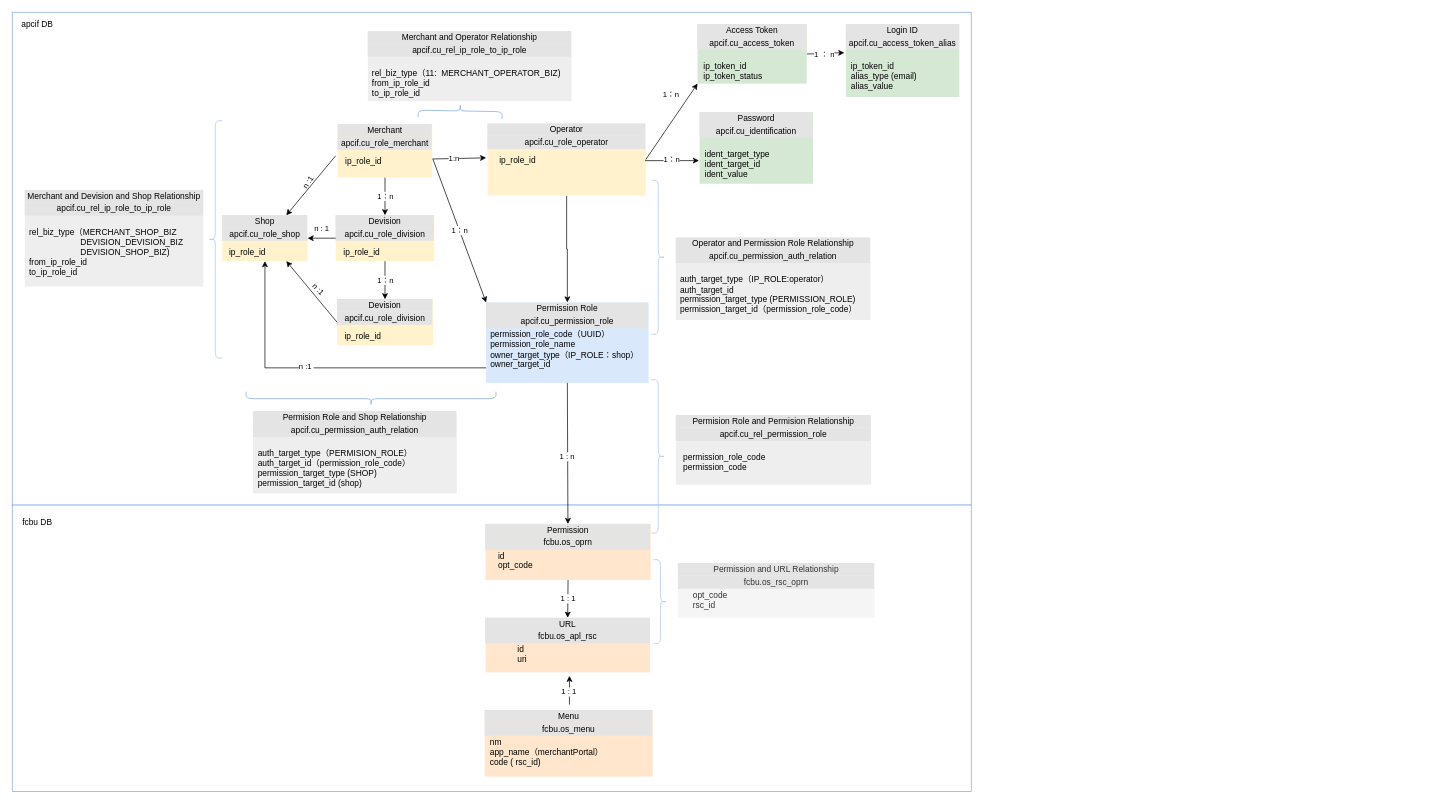
Above: page "模型" (3 of 5) of Merchant portal.drawio in renqiuming/drawio (draw.io), before the change. Source tidied: cells renumbered, new cells numbered last; positions are measured from the earlier drawing's top-left corner, leaving out a move shared by most shapes. Both pictures are drawn from the tidied source at 70%, with x=0, y=0 at pixel (12, 12).
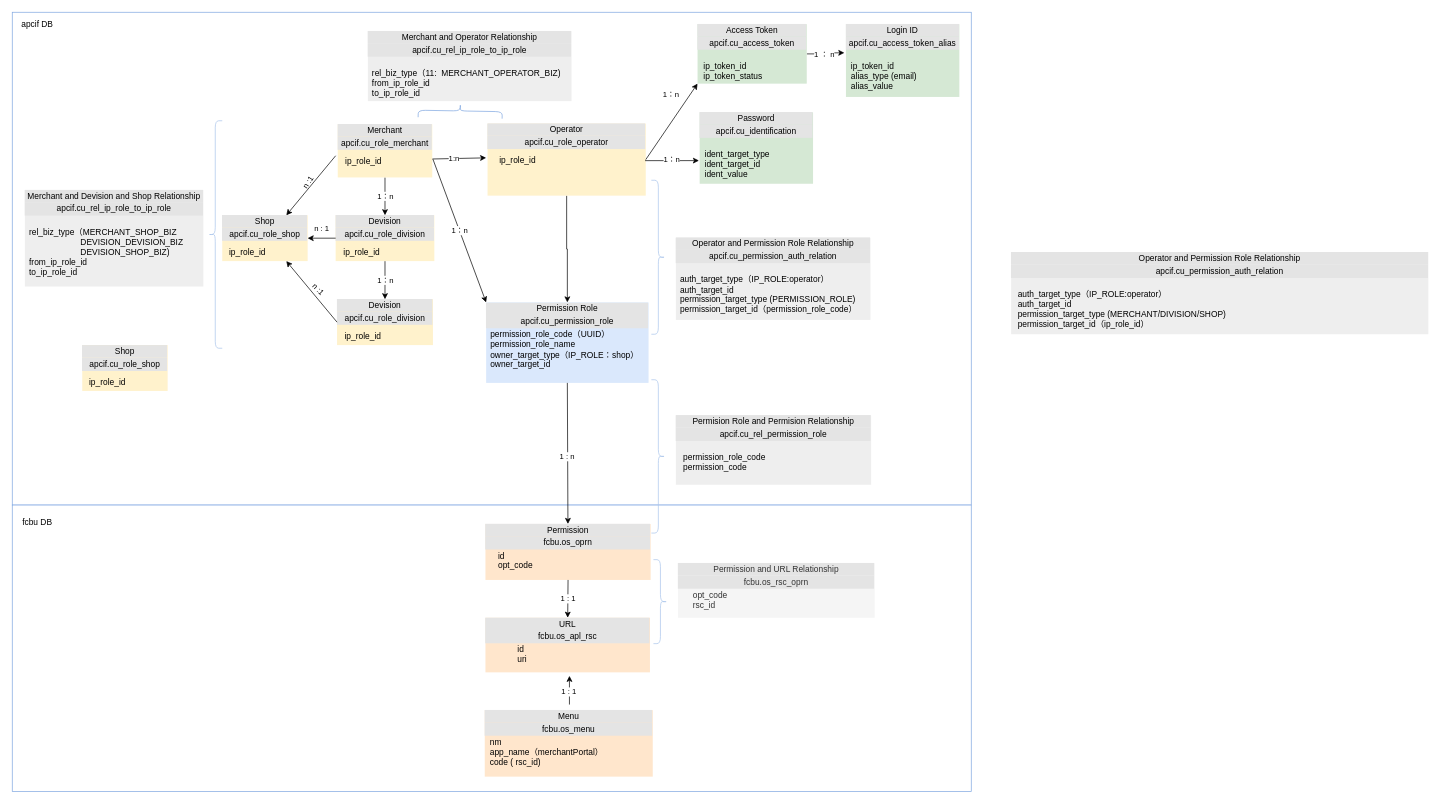
The same page after the edit.

The change refers to these unchanged cells:
```xml
<mxCell id="16" value="&lt;div style=&quot;box-sizing: border-box ; width: 100% ; background: #e4e4e4 ; padding: 2px&quot;&gt;Shop&lt;/div&gt;&lt;div style=&quot;box-sizing: border-box ; width: 100% ; background: #e4e4e4 ; padding: 2px&quot;&gt;apcif.cu_role_shop&lt;/div&gt;&lt;table style=&quot;width: 100% ; font-size: 1em&quot; cellpadding=&quot;2&quot; cellspacing=&quot;0&quot;&gt;&lt;tbody&gt;&lt;tr&gt;&lt;td&gt;&lt;br&gt;&lt;br&gt;&lt;/td&gt;&lt;td style=&quot;text-align: left&quot;&gt;ip_role_id&lt;/td&gt;&lt;/tr&gt;&lt;tr&gt;&lt;td style=&quot;text-align: left&quot;&gt;&lt;br&gt;&lt;/td&gt;&lt;td style=&quot;text-align: left&quot;&gt;&lt;br&gt;&lt;/td&gt;&lt;/tr&gt;&lt;tr&gt;&lt;td&gt;&lt;/td&gt;&lt;td&gt;&lt;br&gt;&lt;/td&gt;&lt;/tr&gt;&lt;/tbody&gt;&lt;/table&gt;" style="verticalAlign=top;align=center;overflow=fill;html=1;fillColor=#fff2cc;strokeColor=none;" parent="1" vertex="1">
  <mxGeometry x="300" y="290" width="122" height="65.5" as="geometry" />
</mxCell>
<mxCell id="21" value="&lt;div style=&quot;box-sizing: border-box ; width: 100% ; background: #e4e4e4 ; padding: 2px&quot;&gt;Permission Role&lt;/div&gt;&lt;div style=&quot;box-sizing: border-box ; width: 100% ; background: #e4e4e4 ; padding: 2px&quot;&gt;apcif.cu_permission_role&lt;/div&gt;&lt;table style=&quot;width: 100% ; font-size: 1em&quot; cellpadding=&quot;2&quot; cellspacing=&quot;0&quot;&gt;&lt;tbody&gt;&lt;tr&gt;&lt;td&gt;&lt;br&gt;&lt;br&gt;&lt;/td&gt;&lt;td style=&quot;text-align: left&quot;&gt;permission_role_code（UUID）&lt;br&gt;permission_role_name&lt;br&gt;owner_target_type（IP_ROLE：shop）&lt;br&gt;owner_target_id&lt;br&gt;&lt;/td&gt;&lt;/tr&gt;&lt;tr&gt;&lt;td style=&quot;text-align: left&quot;&gt;&lt;br&gt;&lt;/td&gt;&lt;td style=&quot;text-align: left&quot;&gt;&lt;br&gt;&lt;/td&gt;&lt;/tr&gt;&lt;tr&gt;&lt;td&gt;&lt;/td&gt;&lt;td&gt;&lt;br&gt;&lt;/td&gt;&lt;/tr&gt;&lt;/tbody&gt;&lt;/table&gt;" style="verticalAlign=top;align=center;overflow=fill;html=1;fillColor=#dae8fc;strokeColor=none;" parent="1" vertex="1">
  <mxGeometry x="677" y="414.5" width="232" height="115" as="geometry" />
</mxCell>
```

Diff of the diagram source:
```diff
@@
-    <mxCell id="20" value="n :1&amp;nbsp;" style="edgeStyle=none;rounded=0;jettySize=auto;html=1;exitX=0.003;exitY=0.813;exitDx=0;exitDy=0;exitPerimeter=0;entryX=0.5;entryY=1;entryDx=0;entryDy=0;" parent="1" edge="1" source="21" target="16">
-      <mxGeometry x="0.1" y="-2" relative="1" as="geometry">
-        <Array as="points">
-          <mxPoint x="361" y="508" />
-        </Array>
-      </mxGeometry>
-    </mxCell>
@@
     <mxCell id="24" style="shape=curlyBracket;whiteSpace=wrap;html=1;rounded=1;strokeColor=#A9C4EB;" parent="1" vertex="1">
-      <mxGeometry x="280" y="155" width="20" height="339" as="geometry" />
+      <mxGeometry x="280" y="155" width="20" height="325" as="geometry" />
     </mxCell>
@@
-    <mxCell id="33" value="&lt;div style=&quot;box-sizing: border-box ; width: 100% ; background: #e4e4e4 ; padding: 2px&quot;&gt;Permision Role and Shop Relationship&lt;/div&gt;&lt;div style=&quot;box-sizing: border-box ; width: 100% ; background: #e4e4e4 ; padding: 2px&quot;&gt;apcif.cu_permission_auth_relation&lt;/div&gt;&lt;table style=&quot;width: 100% ; font-size: 1em&quot; cellpadding=&quot;2&quot; cellspacing=&quot;0&quot;&gt;&lt;tbody&gt;&lt;tr&gt;&lt;td&gt;&lt;br&gt;&lt;br&gt;&lt;/td&gt;&lt;td style=&quot;text-align: left&quot;&gt;&lt;br&gt;auth_target_type（PERMISION_ROLE）&lt;br&gt;auth_target_id（permission_role_code）&lt;br&gt;permission_target_type (SHOP)&lt;br&gt;permission_target_id (shop)&lt;br&gt;&lt;/td&gt;&lt;/tr&gt;&lt;tr&gt;&lt;td style=&quot;text-align: left&quot;&gt;&lt;br&gt;&lt;/td&gt;&lt;td style=&quot;text-align: left&quot;&gt;&lt;br&gt;&lt;/td&gt;&lt;/tr&gt;&lt;tr&gt;&lt;td&gt;&lt;/td&gt;&lt;td&gt;&lt;br&gt;&lt;/td&gt;&lt;/tr&gt;&lt;/tbody&gt;&lt;/table&gt;" style="verticalAlign=top;align=center;overflow=fill;html=1;fillColor=#eeeeee;strokeColor=none;" parent="1" vertex="1">
-      <mxGeometry x="344" y="570" width="291" height="117.5" as="geometry" />
-    </mxCell>
-    <mxCell id="34" style="shape=curlyBracket;whiteSpace=wrap;html=1;rounded=1;flipH=1;strokeColor=#7EA6E0;rotation=90;" parent="1" vertex="1">
-      <mxGeometry x="502.5" y="373.5" width="20" height="357" as="geometry" />
-    </mxCell>
@@
+    <mxCell id="54" value="&lt;div style=&quot;box-sizing: border-box ; width: 100% ; background: #e4e4e4 ; padding: 2px&quot;&gt;Shop&lt;/div&gt;&lt;div style=&quot;box-sizing: border-box ; width: 100% ; background: #e4e4e4 ; padding: 2px&quot;&gt;apcif.cu_role_shop&lt;/div&gt;&lt;table style=&quot;width: 100% ; font-size: 1em&quot; cellpadding=&quot;2&quot; cellspacing=&quot;0&quot;&gt;&lt;tbody&gt;&lt;tr&gt;&lt;td&gt;&lt;br&gt;&lt;br&gt;&lt;/td&gt;&lt;td style=&quot;text-align: left&quot;&gt;ip_role_id&lt;/td&gt;&lt;/tr&gt;&lt;tr&gt;&lt;td style=&quot;text-align: left&quot;&gt;&lt;br&gt;&lt;/td&gt;&lt;td style=&quot;text-align: left&quot;&gt;&lt;br&gt;&lt;/td&gt;&lt;/tr&gt;&lt;tr&gt;&lt;td&gt;&lt;/td&gt;&lt;td&gt;&lt;br&gt;&lt;/td&gt;&lt;/tr&gt;&lt;/tbody&gt;&lt;/table&gt;" style="verticalAlign=top;align=center;overflow=fill;html=1;fillColor=#fff2cc;strokeColor=none;" parent="1" vertex="1">
+      <mxGeometry x="100" y="475.5" width="122" height="65.5" as="geometry" />
+    </mxCell>
+    <mxCell id="55" value="&lt;div style=&quot;box-sizing: border-box ; width: 100% ; background: #e4e4e4 ; padding: 2px&quot;&gt;Operator and Permission Role Relationship&lt;/div&gt;&lt;div style=&quot;box-sizing: border-box ; width: 100% ; background: #e4e4e4 ; padding: 2px&quot;&gt;apcif.cu_permission_auth_relation&lt;/div&gt;&lt;table style=&quot;width: 100% ; font-size: 1em&quot; cellpadding=&quot;2&quot; cellspacing=&quot;0&quot;&gt;&lt;tbody&gt;&lt;tr&gt;&lt;td&gt;&lt;br&gt;&lt;br&gt;&lt;/td&gt;&lt;td style=&quot;text-align: left&quot;&gt;&lt;br&gt;auth_target_type（IP_ROLE:operator）&lt;br&gt;auth_target_id&lt;br&gt;permission_target_type (MERCHANT/DIVISION/SHOP)&lt;br&gt;permission_target_id（ip_role_id）&lt;br&gt;&lt;/td&gt;&lt;/tr&gt;&lt;tr&gt;&lt;td style=&quot;text-align: left&quot;&gt;&lt;br&gt;&lt;/td&gt;&lt;td style=&quot;text-align: left&quot;&gt;&lt;br&gt;&lt;/td&gt;&lt;/tr&gt;&lt;tr&gt;&lt;td&gt;&lt;/td&gt;&lt;td&gt;&lt;br&gt;&lt;/td&gt;&lt;/tr&gt;&lt;/tbody&gt;&lt;/table&gt;" style="verticalAlign=top;align=center;overflow=fill;html=1;fillColor=#eeeeee;strokeColor=none;" parent="1" vertex="1">
+      <mxGeometry x="1427" y="342.5" width="596" height="117.5" as="geometry" />
+    </mxCell>
```
